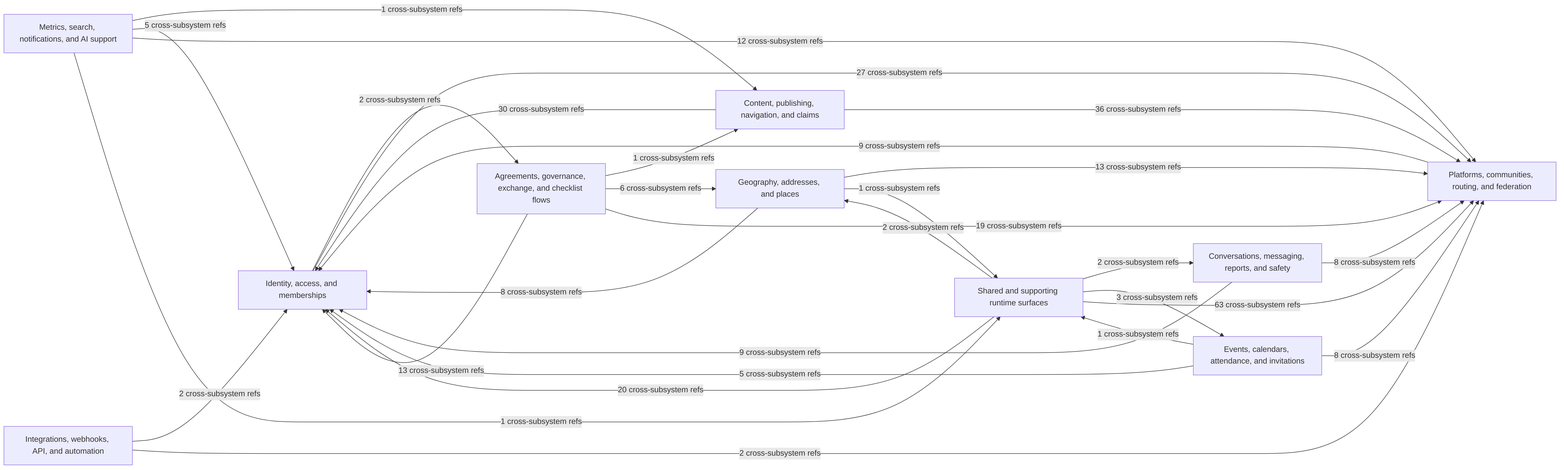
Above: docs/diagrams/exports/png/ce_subsystem_interaction_map.png in better-together-org/community-engine-rails (Mermaid), before the change. Its source is kept beside it as docs/diagrams/source/ce_subsystem_interaction_map.mmd.
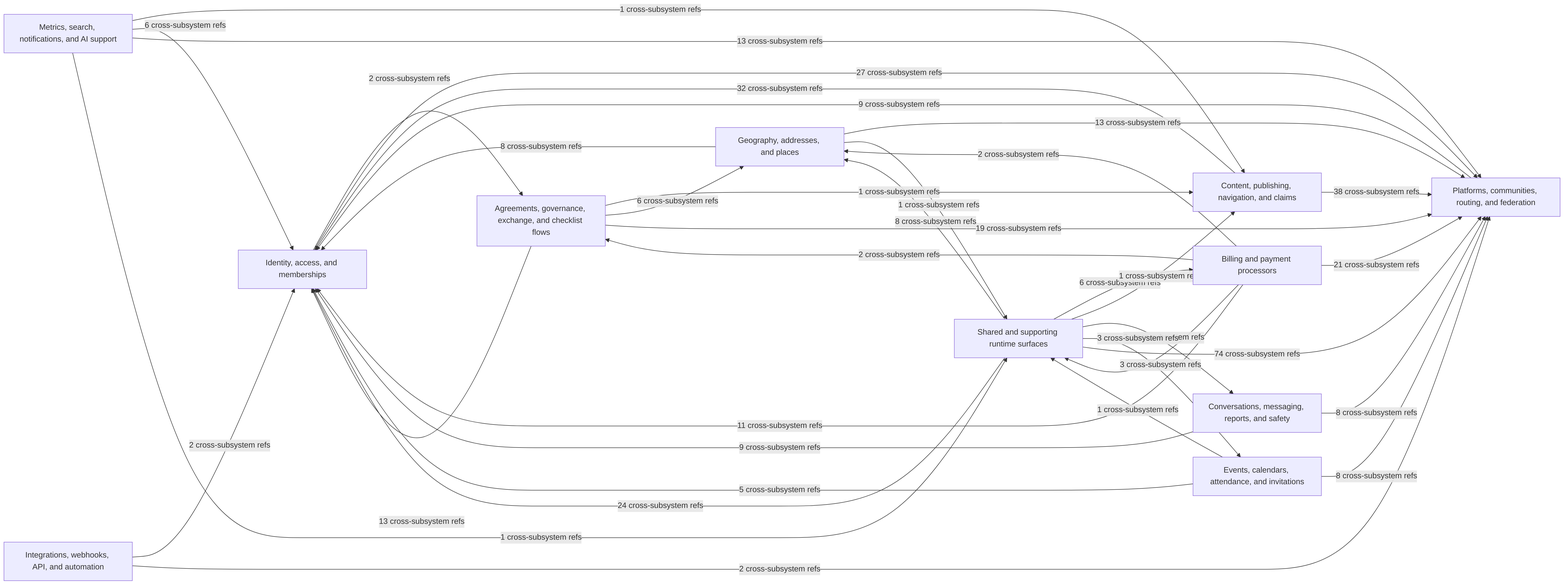
After the commit.

Change to the diagram source:
```diff
@@ -8,10 +8,16 @@
   exchange_governance["Agreements, governance, exchange, and checklist flows"]
   metrics_search_ai["Metrics, search, notifications, and AI support"]
   integrations_webhooks["Integrations, webhooks, API, and automation"]
+  billing["Billing and payment processors"]
   shared_supporting["Shared and supporting runtime surfaces"]
 
-  content_publishing -->|30 cross-subsystem refs| identity_access
-  content_publishing -->|36 cross-subsystem refs| platform_network
+  billing -->|2 cross-subsystem refs| exchange_governance
+  billing -->|2 cross-subsystem refs| geography_and_places
+  billing -->|11 cross-subsystem refs| identity_access
+  billing -->|21 cross-subsystem refs| platform_network
+  billing -->|3 cross-subsystem refs| shared_supporting
+  content_publishing -->|32 cross-subsystem refs| identity_access
+  content_publishing -->|38 cross-subsystem refs| platform_network
   conversations_safety -->|9 cross-subsystem refs| identity_access
   conversations_safety -->|8 cross-subsystem refs| platform_network
   events_calendar -->|5 cross-subsystem refs| identity_access
@@ -29,12 +35,14 @@
   integrations_webhooks -->|2 cross-subsystem refs| identity_access
   integrations_webhooks -->|2 cross-subsystem refs| platform_network
   metrics_search_ai -->|1 cross-subsystem refs| content_publishing
-  metrics_search_ai -->|5 cross-subsystem refs| identity_access
-  metrics_search_ai -->|12 cross-subsystem refs| platform_network
+  metrics_search_ai -->|6 cross-subsystem refs| identity_access
+  metrics_search_ai -->|13 cross-subsystem refs| platform_network
   metrics_search_ai -->|1 cross-subsystem refs| shared_supporting
   platform_network -->|9 cross-subsystem refs| identity_access
+  shared_supporting -->|6 cross-subsystem refs| billing
+  shared_supporting -->|1 cross-subsystem refs| content_publishing
   shared_supporting -->|2 cross-subsystem refs| conversations_safety
   shared_supporting -->|3 cross-subsystem refs| events_calendar
-  shared_supporting -->|2 cross-subsystem refs| geography_and_places
-  shared_supporting -->|20 cross-subsystem refs| identity_access
-  shared_supporting -->|63 cross-subsystem refs| platform_network
+  shared_supporting -->|8 cross-subsystem refs| geography_and_places
+  shared_supporting -->|24 cross-subsystem refs| identity_access
+  shared_supporting -->|74 cross-subsystem refs| platform_network
```
